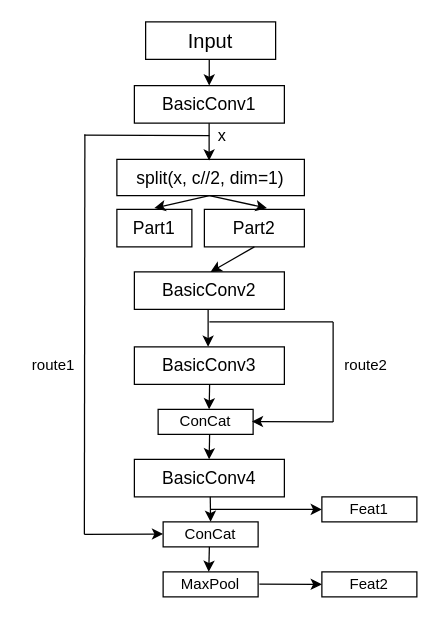
This is yolo-tiny_resblock.drawio from zjie134/blog_pic, a draw.io file, before an edit. Source tidied: cells renumbered, new cells numbered last; positions are measured from the earlier drawing's top-left corner, leaving out a move shared by most shapes. Both pictures are drawn from the tidied source at 125%, with x=0, y=0 at pixel (21, 21).
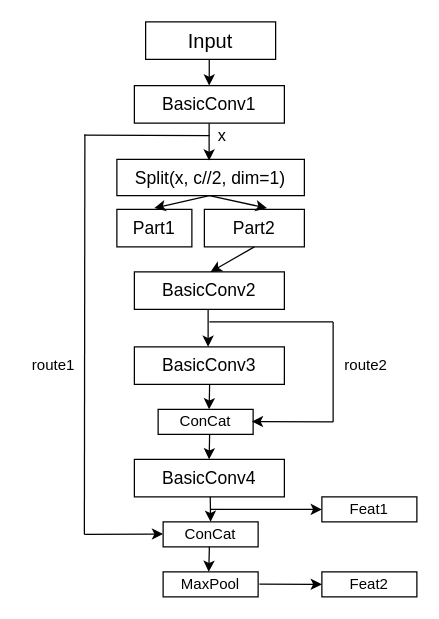
After the change.

Diff of the diagram source:
```diff
@@
-    <mxCell id="6" value="&lt;span style=&quot;font-size: 14px&quot;&gt;split(x, c//2, dim=1)&lt;/span&gt;" style="rounded=0;whiteSpace=wrap;html=1;" parent="1" vertex="1">
+    <mxCell id="6" value="&lt;span style=&quot;font-size: 14px&quot;&gt;Split(x, c//2, dim=1)&lt;/span&gt;" style="rounded=0;whiteSpace=wrap;html=1;" parent="1" vertex="1">
       <mxGeometry x="76" y="110" width="150" height="29" as="geometry" />
     </mxCell>
```
